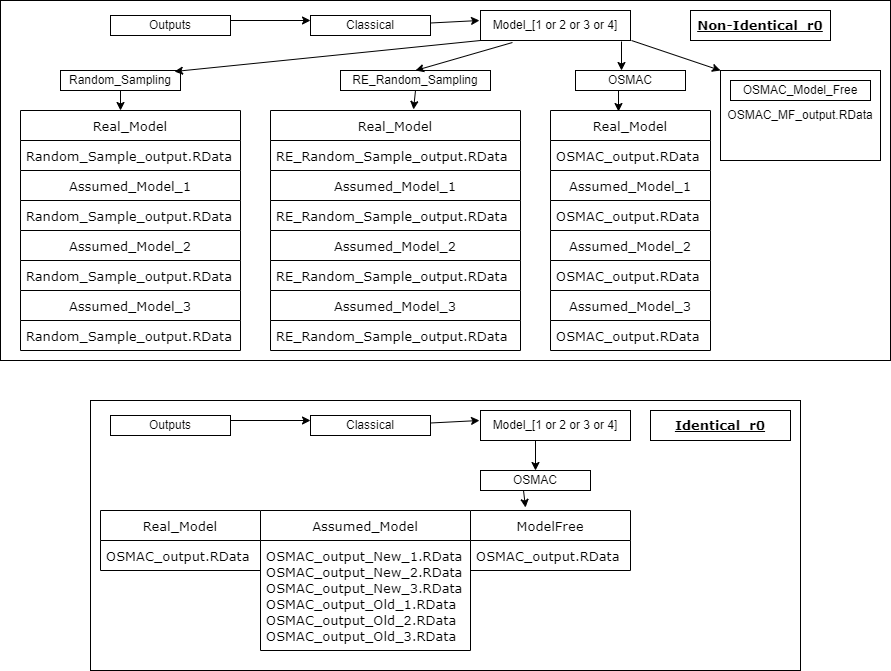
This is Images/Outputs.png from Amalan-ConStat/RS_OS_MROS_LR_Two_Var_Normal_Alpha, a draw.io export, as it was before one commit. Source tidied: cells renumbered, new cells last; positions are measured from the earlier drawing's top-left corner, leaving out a move shared by most shapes.
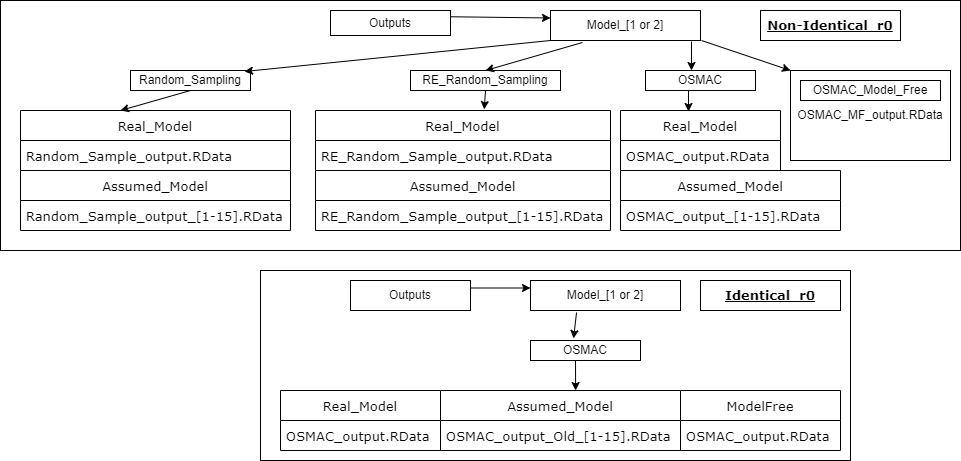
Later version of the same file.

Diff of the diagram source:
```diff
@@ -3,15 +3,12 @@
     <mxCell id="0" />
     <mxCell id="1" parent="0" />
     <mxCell id="2" style="rounded=0;whiteSpace=wrap;html=1;fontFamily=Verdana;fontSize=13;fontColor=#000000;" parent="1" vertex="1">
-      <mxGeometry width="890" height="360" as="geometry" />
+      <mxGeometry x="-70" width="960" height="250" as="geometry" />
     </mxCell>
     <mxCell id="3" value="Outputs" style="rounded=0;whiteSpace=wrap;html=1;" parent="1" vertex="1">
-      <mxGeometry x="110" y="15" width="120" height="20" as="geometry" />
+      <mxGeometry x="260" y="10" width="120" height="25" as="geometry" />
     </mxCell>
-    <mxCell id="4" value="Classical" style="rounded=0;whiteSpace=wrap;html=1;" parent="1" vertex="1">
-      <mxGeometry x="310" y="15" width="120" height="20" as="geometry" />
-    </mxCell>
-    <mxCell id="5" value="Model_[1 or 2 or 3 or 4]" style="rounded=0;whiteSpace=wrap;html=1;" parent="1" vertex="1">
+    <mxCell id="5" value="Model_[1 or 2]" style="rounded=0;whiteSpace=wrap;html=1;" parent="1" vertex="1">
       <mxGeometry x="480" y="10" width="150" height="30" as="geometry" />
     </mxCell>
     <mxCell id="6" value="Random_Sampling" style="rounded=0;whiteSpace=wrap;html=1;" parent="1" vertex="1">
@@ -23,17 +20,9 @@
     <mxCell id="8" value="OSMAC" style="rounded=0;whiteSpace=wrap;html=1;" parent="1" vertex="1">
       <mxGeometry x="575" y="70" width="110" height="20" as="geometry" />
     </mxCell>
-    <mxCell id="9" style="endArrow=classic;html=1;exitX=1;exitY=0.25;exitDx=0;exitDy=0;" parent="1" edge="1" source="3">
-      <mxGeometry relative="1" as="geometry">
-        <mxPoint x="310" y="20" as="targetPoint" />
-      </mxGeometry>
+    <mxCell id="9" style="endArrow=classic;html=1;exitX=1;exitY=0.25;exitDx=0;exitDy=0;entryX=0;entryY=0.25;entryDx=0;entryDy=0;" parent="1" edge="1" source="3" target="5">
+      <mxGeometry relative="1" as="geometry" />
     </mxCell>
-    <mxCell id="10" style="endArrow=classic;html=1;exitX=1;exitY=0.25;exitDx=0;exitDy=0;" parent="1" edge="1">
-      <mxGeometry relative="1" as="geometry">
-        <mxPoint x="430" y="22.5" as="sourcePoint" />
-        <mxPoint x="479" y="20" as="targetPoint" />
-      </mxGeometry>
-    </mxCell>
     <mxCell id="11" style="endArrow=classic;html=1;exitX=0;exitY=1;exitDx=0;exitDy=0;entryX=0.95;entryY=0.05;entryDx=0;entryDy=0;entryPerimeter=0;" parent="1" edge="1" source="5" target="6">
       <mxGeometry relative="1" as="geometry" />
     </mxCell>
@@ -65,50 +54,26 @@
     <mxCell id="19" value="OSMAC_output.RData" style="text;strokeColor=none;fillColor=none;align=left;verticalAlign=middle;spacingLeft=4;spacingRight=4;overflow=hidden;fontFamily=Verdana;fontSize=13;fontColor=#000000;" parent="18" vertex="1">
       <mxGeometry y="30" width="160" height="30" as="geometry" />
     </mxCell>
-    <mxCell id="20" value="Assumed_Model_1" style="swimlane;fontStyle=0;horizontal=1;startSize=30;fontFamily=Verdana;fontSize=13;fontColor=#000000;" parent="1" vertex="1">
-      <mxGeometry x="550" y="170" width="160" height="60" as="geometry" />
+    <mxCell id="20" value="Assumed_Model" style="swimlane;fontStyle=0;horizontal=1;startSize=30;fontFamily=Verdana;fontSize=13;fontColor=#000000;" parent="1" vertex="1">
+      <mxGeometry x="550" y="170" width="220" height="60" as="geometry" />
     </mxCell>
-    <mxCell id="21" value="OSMAC_output.RData" style="text;strokeColor=none;fillColor=none;align=left;verticalAlign=middle;spacingLeft=4;spacingRight=4;overflow=hidden;fontFamily=Verdana;fontSize=13;fontColor=#000000;" parent="20" vertex="1">
-      <mxGeometry y="30" width="160" height="30" as="geometry" />
+    <mxCell id="21" value="OSMAC_output_[1-15].RData" style="text;strokeColor=none;fillColor=none;align=left;verticalAlign=middle;spacingLeft=4;spacingRight=4;overflow=hidden;fontFamily=Verdana;fontSize=13;fontColor=#000000;" parent="20" vertex="1">
+      <mxGeometry y="30" width="220" height="30" as="geometry" />
     </mxCell>
-    <mxCell id="22" value="Assumed_Model_2" style="swimlane;fontStyle=0;horizontal=1;startSize=30;fontFamily=Verdana;fontSize=13;fontColor=#000000;" parent="1" vertex="1">
-      <mxGeometry x="550" y="230" width="160" height="60" as="geometry" />
-    </mxCell>
-    <mxCell id="23" value="OSMAC_output.RData" style="text;strokeColor=none;fillColor=none;align=left;verticalAlign=middle;spacingLeft=4;spacingRight=4;overflow=hidden;fontFamily=Verdana;fontSize=13;fontColor=#000000;" parent="22" vertex="1">
-      <mxGeometry y="30" width="160" height="30" as="geometry" />
-    </mxCell>
-    <mxCell id="24" value="Assumed_Model_3" style="swimlane;fontStyle=0;horizontal=1;startSize=30;fontFamily=Verdana;fontSize=13;fontColor=#000000;" parent="1" vertex="1">
-      <mxGeometry x="550" y="290" width="160" height="60" as="geometry" />
-    </mxCell>
-    <mxCell id="25" value="OSMAC_output.RData" style="text;strokeColor=none;fillColor=none;align=left;verticalAlign=middle;spacingLeft=4;spacingRight=4;overflow=hidden;fontFamily=Verdana;fontSize=13;fontColor=#000000;" parent="24" vertex="1">
-      <mxGeometry y="30" width="160" height="30" as="geometry" />
-    </mxCell>
     <mxCell id="26" value="Real_Model" style="swimlane;fontStyle=0;horizontal=1;startSize=30;fontFamily=Verdana;fontSize=13;fontColor=#000000;" parent="1" vertex="1">
-      <mxGeometry x="270" y="110" width="250" height="60" as="geometry" />
+      <mxGeometry x="245" y="110" width="295" height="60" as="geometry" />
     </mxCell>
     <mxCell id="27" value="RE_Random_Sample_output.RData" style="text;strokeColor=none;fillColor=none;align=left;verticalAlign=middle;spacingLeft=4;spacingRight=4;overflow=hidden;fontFamily=Verdana;fontSize=13;fontColor=#000000;" parent="26" vertex="1">
-      <mxGeometry y="30" width="250" height="30" as="geometry" />
+      <mxGeometry y="30" width="295" height="30" as="geometry" />
     </mxCell>
-    <mxCell id="28" value="Assumed_Model_1" style="swimlane;fontStyle=0;horizontal=1;startSize=30;fontFamily=Verdana;fontSize=13;fontColor=#000000;" parent="1" vertex="1">
-      <mxGeometry x="270" y="170" width="250" height="60" as="geometry" />
+    <mxCell id="28" value="Assumed_Model" style="swimlane;fontStyle=0;horizontal=1;startSize=30;fontFamily=Verdana;fontSize=13;fontColor=#000000;" parent="1" vertex="1">
+      <mxGeometry x="245" y="170" width="295" height="60" as="geometry" />
     </mxCell>
-    <mxCell id="29" value="RE_Random_Sample_output.RData" style="text;strokeColor=none;fillColor=none;align=left;verticalAlign=middle;spacingLeft=4;spacingRight=4;overflow=hidden;fontFamily=Verdana;fontSize=13;fontColor=#000000;" parent="28" vertex="1">
-      <mxGeometry y="30" width="250" height="30" as="geometry" />
+    <mxCell id="29" value="RE_Random_Sample_output_[1-15].RData" style="text;strokeColor=none;fillColor=none;align=left;verticalAlign=middle;spacingLeft=4;spacingRight=4;overflow=hidden;fontFamily=Verdana;fontSize=13;fontColor=#000000;" parent="28" vertex="1">
+      <mxGeometry y="30" width="295" height="30" as="geometry" />
     </mxCell>
-    <mxCell id="30" value="Assumed_Model_2" style="swimlane;fontStyle=0;horizontal=1;startSize=30;fontFamily=Verdana;fontSize=13;fontColor=#000000;" parent="1" vertex="1">
-      <mxGeometry x="270" y="230" width="250" height="60" as="geometry" />
-    </mxCell>
-    <mxCell id="31" value="RE_Random_Sample_output.RData" style="text;strokeColor=none;fillColor=none;align=left;verticalAlign=middle;spacingLeft=4;spacingRight=4;overflow=hidden;fontFamily=Verdana;fontSize=13;fontColor=#000000;" parent="30" vertex="1">
-      <mxGeometry y="30" width="250" height="30" as="geometry" />
-    </mxCell>
-    <mxCell id="32" value="Assumed_Model_3" style="swimlane;fontStyle=0;horizontal=1;startSize=30;fontFamily=Verdana;fontSize=13;fontColor=#000000;" parent="1" vertex="1">
-      <mxGeometry x="270" y="290" width="250" height="60" as="geometry" />
-    </mxCell>
-    <mxCell id="33" value="RE_Random_Sample_output.RData" style="text;strokeColor=none;fillColor=none;align=left;verticalAlign=middle;spacingLeft=4;spacingRight=4;overflow=hidden;fontFamily=Verdana;fontSize=13;fontColor=#000000;" parent="32" vertex="1">
-      <mxGeometry y="30" width="250" height="30" as="geometry" />
-    </mxCell>
     <mxCell id="34" value="Real_Model" style="swimlane;fontStyle=0;horizontal=1;startSize=30;fontFamily=Verdana;fontSize=13;fontColor=#000000;" parent="1" vertex="1">
-      <mxGeometry x="20" y="110" width="220" height="60" as="geometry" />
+      <mxGeometry x="-50" y="110" width="270" height="60" as="geometry" />
     </mxCell>
     <mxCell id="35" style="endArrow=classic;html=1;rounded=0;fontFamily=Verdana;fontSize=13;fontColor=#000000;exitX=0.5;exitY=1;exitDx=0;exitDy=0;" parent="34" edge="1" source="6">
       <mxGeometry relative="1" as="geometry">
@@ -116,26 +81,14 @@
       </mxGeometry>
     </mxCell>
     <mxCell id="36" value="Random_Sample_output.RData" style="text;strokeColor=none;fillColor=none;align=left;verticalAlign=middle;spacingLeft=4;spacingRight=4;overflow=hidden;fontFamily=Verdana;fontSize=13;fontColor=#000000;" parent="34" vertex="1">
-      <mxGeometry y="30" width="220" height="30" as="geometry" />
+      <mxGeometry y="30" width="270" height="30" as="geometry" />
     </mxCell>
-    <mxCell id="37" value="Assumed_Model_1" style="swimlane;fontStyle=0;horizontal=1;startSize=30;fontFamily=Verdana;fontSize=13;fontColor=#000000;" parent="1" vertex="1">
-      <mxGeometry x="20" y="170" width="220" height="60" as="geometry" />
+    <mxCell id="37" value="Assumed_Model" style="swimlane;fontStyle=0;horizontal=1;startSize=30;fontFamily=Verdana;fontSize=13;fontColor=#000000;" parent="1" vertex="1">
+      <mxGeometry x="-50" y="170" width="270" height="60" as="geometry" />
     </mxCell>
-    <mxCell id="38" value="Random_Sample_output.RData" style="text;strokeColor=none;fillColor=none;align=left;verticalAlign=middle;spacingLeft=4;spacingRight=4;overflow=hidden;fontFamily=Verdana;fontSize=13;fontColor=#000000;" parent="37" vertex="1">
-      <mxGeometry y="30" width="220" height="30" as="geometry" />
+    <mxCell id="38" value="Random_Sample_output_[1-15].RData" style="text;strokeColor=none;fillColor=none;align=left;verticalAlign=middle;spacingLeft=4;spacingRight=4;overflow=hidden;fontFamily=Verdana;fontSize=13;fontColor=#000000;" parent="37" vertex="1">
+      <mxGeometry y="30" width="270" height="30" as="geometry" />
     </mxCell>
-    <mxCell id="39" value="Assumed_Model_2" style="swimlane;fontStyle=0;horizontal=1;startSize=30;fontFamily=Verdana;fontSize=13;fontColor=#000000;" parent="1" vertex="1">
-      <mxGeometry x="20" y="230" width="220" height="60" as="geometry" />
-    </mxCell>
-    <mxCell id="40" value="Random_Sample_output.RData" style="text;strokeColor=none;fillColor=none;align=left;verticalAlign=middle;spacingLeft=4;spacingRight=4;overflow=hidden;fontFamily=Verdana;fontSize=13;fontColor=#000000;" parent="39" vertex="1">
-      <mxGeometry y="30" width="220" height="30" as="geometry" />
-    </mxCell>
-    <mxCell id="41" value="Assumed_Model_3" style="swimlane;fontStyle=0;horizontal=1;startSize=30;fontFamily=Verdana;fontSize=13;fontColor=#000000;" parent="1" vertex="1">
-      <mxGeometry x="20" y="290" width="220" height="60" as="geometry" />
-    </mxCell>
-    <mxCell id="42" value="Random_Sample_output.RData" style="text;strokeColor=none;fillColor=none;align=left;verticalAlign=middle;spacingLeft=4;spacingRight=4;overflow=hidden;fontFamily=Verdana;fontSize=13;fontColor=#000000;" parent="41" vertex="1">
-      <mxGeometry y="30" width="220" height="30" as="geometry" />
-    </mxCell>
     <mxCell id="43" style="endArrow=classic;html=1;rounded=0;fontFamily=Verdana;fontSize=13;fontColor=#000000;entryX=0.572;entryY=-0.017;entryDx=0;entryDy=0;entryPerimeter=0;exitX=0.5;exitY=1;exitDx=0;exitDy=0;" parent="1" edge="1" source="7" target="26">
       <mxGeometry relative="1" as="geometry" />
     </mxCell>
@@ -143,59 +96,48 @@
       <mxGeometry relative="1" as="geometry" />
     </mxCell>
     <mxCell id="45" style="rounded=0;whiteSpace=wrap;html=1;fontFamily=Verdana;fontSize=13;fontColor=#000000;" parent="1" vertex="1">
-      <mxGeometry x="90" y="400" width="710" height="270" as="geometry" />
+      <mxGeometry x="190" y="270" width="590" height="190" as="geometry" />
     </mxCell>
     <mxCell id="46" value="Outputs" style="rounded=0;whiteSpace=wrap;html=1;" parent="1" vertex="1">
-      <mxGeometry x="110" y="415" width="120" height="20" as="geometry" />
+      <mxGeometry x="280" y="280" width="120" height="30" as="geometry" />
     </mxCell>
-    <mxCell id="47" value="Classical" style="rounded=0;whiteSpace=wrap;html=1;" parent="1" vertex="1">
-      <mxGeometry x="310" y="415" width="120" height="20" as="geometry" />
-    </mxCell>
-    <mxCell id="48" value="Model_[1 or 2 or 3 or 4]" style="rounded=0;whiteSpace=wrap;html=1;" parent="1" vertex="1">
-      <mxGeometry x="480" y="410" width="150" height="30" as="geometry" />
+    <mxCell id="48" value="Model_[1 or 2]" style="rounded=0;whiteSpace=wrap;html=1;" parent="1" vertex="1">
+      <mxGeometry x="460" y="280" width="150" height="30" as="geometry" />
     </mxCell>
     <mxCell id="49" value="OSMAC" style="rounded=0;whiteSpace=wrap;html=1;" parent="1" vertex="1">
-      <mxGeometry x="480" y="470" width="110" height="20" as="geometry" />
+      <mxGeometry x="460" y="340" width="110" height="20" as="geometry" />
     </mxCell>
-    <mxCell id="50" style="endArrow=classic;html=1;exitX=1;exitY=0.25;exitDx=0;exitDy=0;" parent="1" edge="1" source="46">
-      <mxGeometry relative="1" as="geometry">
-        <mxPoint x="310" y="420" as="targetPoint" />
-      </mxGeometry>
+    <mxCell id="50" style="endArrow=classic;html=1;exitX=1;exitY=0.25;exitDx=0;exitDy=0;entryX=0;entryY=0.25;entryDx=0;entryDy=0;" parent="1" edge="1" source="46" target="48">
+      <mxGeometry relative="1" as="geometry" />
     </mxCell>
-    <mxCell id="51" style="endArrow=classic;html=1;exitX=1;exitY=0.25;exitDx=0;exitDy=0;" parent="1" edge="1">
-      <mxGeometry relative="1" as="geometry">
-        <mxPoint x="430" y="422.5" as="sourcePoint" />
-        <mxPoint x="479" y="420" as="targetPoint" />
-      </mxGeometry>
-    </mxCell>
-    <mxCell id="52" style="endArrow=classic;html=1;entryX=0.5;entryY=0;entryDx=0;entryDy=0;" parent="1" edge="1" target="49">
-      <mxGeometry relative="1" as="geometry">
-        <mxPoint x="535" y="440" as="sourcePoint" />
-      </mxGeometry>
+    <mxCell id="52" style="endArrow=classic;html=1;entryX=0.391;entryY=-0.1;entryDx=0;entryDy=0;entryPerimeter=0;exitX=0.307;exitY=1.067;exitDx=0;exitDy=0;exitPerimeter=0;" parent="1" edge="1" source="48" target="49">
+      <mxGeometry relative="1" as="geometry" />
     </mxCell>
     <mxCell id="53" value="&lt;b&gt;&lt;u&gt;Identical_r0&lt;/u&gt;&lt;/b&gt;" style="rounded=0;whiteSpace=wrap;html=1;fontFamily=Verdana;fontSize=13;fontColor=#000000;" parent="1" vertex="1">
-      <mxGeometry x="650" y="410" width="140" height="30" as="geometry" />
+      <mxGeometry x="630" y="280" width="140" height="30" as="geometry" />
     </mxCell>
     <mxCell id="54" value="Real_Model" style="swimlane;fontStyle=0;horizontal=1;startSize=30;fontFamily=Verdana;fontSize=13;fontColor=#000000;" parent="1" vertex="1">
-      <mxGeometry x="100" y="510" width="160" height="60" as="geometry" />
+      <mxGeometry x="210" y="390" width="160" height="60" as="geometry" />
     </mxCell>
     <mxCell id="55" value="OSMAC_output.RData" style="text;strokeColor=none;fillColor=none;align=left;verticalAlign=middle;spacingLeft=4;spacingRight=4;overflow=hidden;fontFamily=Verdana;fontSize=13;fontColor=#000000;" parent="54" vertex="1">
       <mxGeometry y="30" width="160" height="30" as="geometry" />
     </mxCell>
     <mxCell id="56" value="Assumed_Model" style="swimlane;fontStyle=0;horizontal=1;startSize=30;fontFamily=Verdana;fontSize=13;fontColor=#000000;" parent="1" vertex="1">
-      <mxGeometry x="260" y="510" width="210" height="140" as="geometry" />
+      <mxGeometry x="370" y="390" width="240" height="60" as="geometry" />
     </mxCell>
-    <mxCell id="57" value="OSMAC_output_New_1.RData&#10;OSMAC_output_New_2.RData&#10;OSMAC_output_New_3.RData&#10;OSMAC_output_Old_1.RData&#10;OSMAC_output_Old_2.RData&#10;OSMAC_output_Old_3.RData" style="text;strokeColor=none;fillColor=none;align=left;verticalAlign=middle;spacingLeft=4;spacingRight=4;overflow=hidden;fontFamily=Verdana;fontSize=13;fontColor=#000000;" parent="56" vertex="1">
-      <mxGeometry y="30" width="210" height="110" as="geometry" />
+    <mxCell id="57" value="OSMAC_output_Old_[1-15].RData" style="text;strokeColor=none;fillColor=none;align=left;verticalAlign=middle;spacingLeft=4;spacingRight=4;overflow=hidden;fontFamily=Verdana;fontSize=13;fontColor=#000000;" parent="56" vertex="1">
+      <mxGeometry y="30" width="240" height="30" as="geometry" />
     </mxCell>
     <mxCell id="58" value="ModelFree" style="swimlane;fontStyle=0;horizontal=1;startSize=30;fontFamily=Verdana;fontSize=13;fontColor=#000000;" parent="1" vertex="1">
-      <mxGeometry x="470" y="510" width="160" height="60" as="geometry" />
+      <mxGeometry x="610" y="390" width="160" height="60" as="geometry" />
     </mxCell>
     <mxCell id="59" value="OSMAC_output.RData" style="text;strokeColor=none;fillColor=none;align=left;verticalAlign=middle;spacingLeft=4;spacingRight=4;overflow=hidden;fontFamily=Verdana;fontSize=13;fontColor=#000000;" parent="58" vertex="1">
       <mxGeometry y="30" width="160" height="30" as="geometry" />
     </mxCell>
-    <mxCell id="60" style="endArrow=classic;html=1;rounded=0;fontFamily=Verdana;fontSize=13;fontColor=#000000;exitX=0.391;exitY=1;exitDx=0;exitDy=0;exitPerimeter=0;entryX=0.344;entryY=-0.05;entryDx=0;entryDy=0;entryPerimeter=0;" parent="1" edge="1" source="49" target="58">
-      <mxGeometry relative="1" as="geometry" />
+    <mxCell id="60" style="endArrow=classic;html=1;rounded=0;fontFamily=Verdana;fontSize=13;fontColor=#000000;entryX=0.563;entryY=0;entryDx=0;entryDy=0;entryPerimeter=0;" parent="1" edge="1" target="56">
+      <mxGeometry relative="1" as="geometry">
+        <mxPoint x="505" y="360" as="sourcePoint" />
+      </mxGeometry>
     </mxCell>
   </root>
 </mxGraphModel>
```
